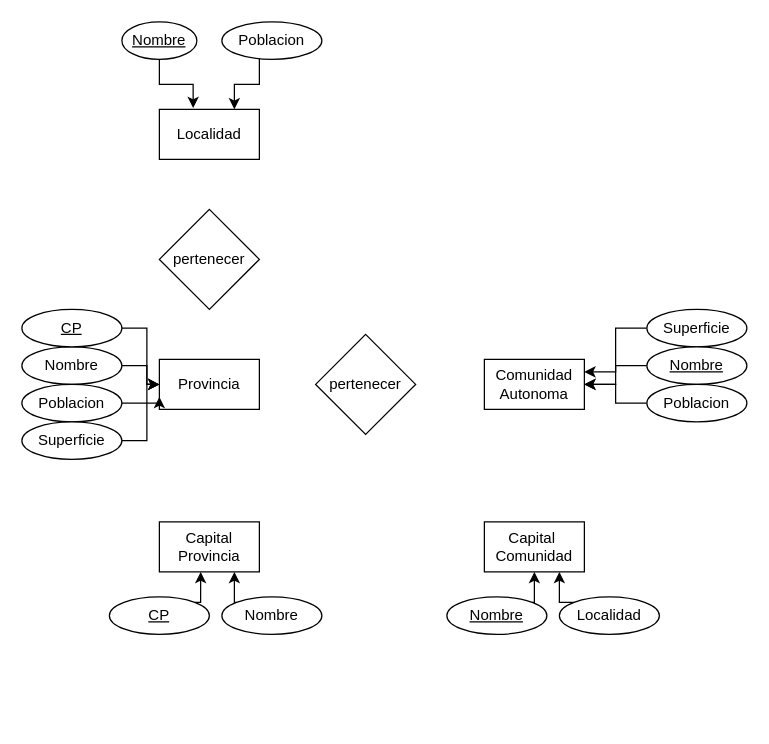
Above: ej3.drawio in adriii28/amr-tsys-C3U12-11102023 (draw.io), before the change. Source tidied: cells renumbered, new cells numbered last; positions are measured from the earlier drawing's top-left corner, leaving out a move shared by most shapes. Both pictures are drawn from the tidied source at 125%, with x=0, y=0 at pixel (21, 21).
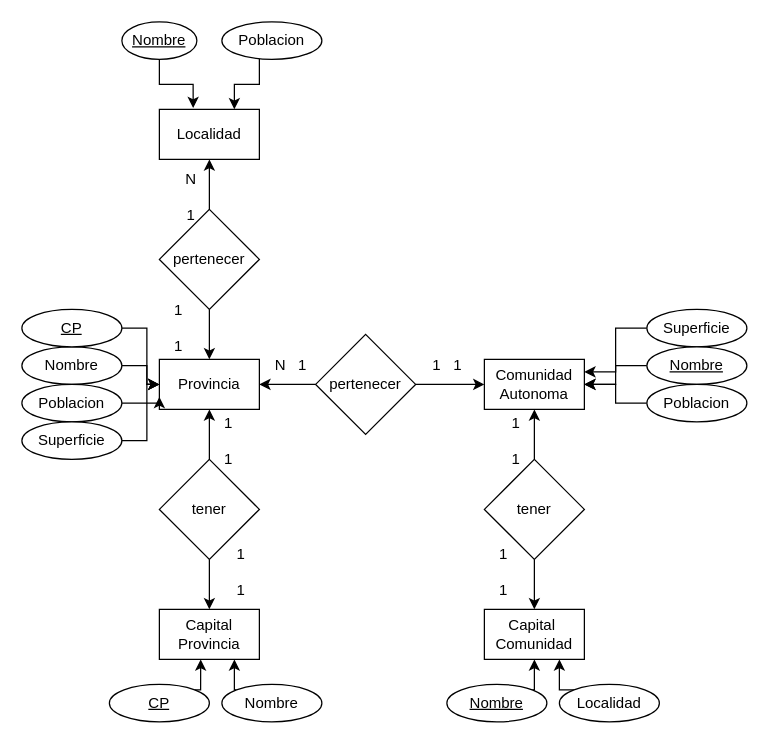
The same diagram, later.

Unchanged cells that the change refers to:
```xml
<mxCell id="2" value="Localidad" style="rounded=0;whiteSpace=wrap;html=1;" parent="1" vertex="1">
  <mxGeometry x="110" y="70" width="80" height="40" as="geometry" />
</mxCell>
<mxCell id="3" value="Provincia" style="rounded=0;whiteSpace=wrap;html=1;" parent="1" vertex="1">
  <mxGeometry x="110" y="270" width="80" height="40" as="geometry" />
</mxCell>
<mxCell id="4" value="Comunidad Autonoma" style="rounded=0;whiteSpace=wrap;html=1;" parent="1" vertex="1">
  <mxGeometry x="370" y="270" width="80" height="40" as="geometry" />
</mxCell>
<mxCell id="7" value="pertenecer" style="rhombus;whiteSpace=wrap;html=1;" parent="1" vertex="1">
  <mxGeometry x="110" y="150" width="80" height="80" as="geometry" />
</mxCell>
<mxCell id="8" value="pertenecer" style="rhombus;whiteSpace=wrap;html=1;" parent="1" vertex="1">
  <mxGeometry x="235" y="250" width="80" height="80" as="geometry" />
</mxCell>
```

Diff of the diagram source:
```diff
@@
     <mxCell id="5" value="Capital Provincia" style="rounded=0;whiteSpace=wrap;html=1;" parent="1" vertex="1">
-      <mxGeometry x="110" y="400" width="80" height="40" as="geometry" />
+      <mxGeometry x="110" y="470" width="80" height="40" as="geometry" />
     </mxCell>
     <mxCell id="6" value="&lt;div&gt;Capital&amp;nbsp;&lt;/div&gt;&lt;div&gt;Comunidad&lt;/div&gt;" style="rounded=0;whiteSpace=wrap;html=1;" parent="1" vertex="1">
-      <mxGeometry x="370" y="400" width="80" height="40" as="geometry" />
+      <mxGeometry x="370" y="470" width="80" height="40" as="geometry" />
     </mxCell>
+    <mxCell id="35" style="edgeStyle=orthogonalEdgeStyle;rounded=0;jettySize=auto;html=1;" parent="1" edge="1" source="7" target="3">
+      <mxGeometry relative="1" as="geometry" />
+    </mxCell>
+    <mxCell id="36" style="edgeStyle=orthogonalEdgeStyle;rounded=0;jettySize=auto;html=1;entryX=0.5;entryY=1;entryDx=0;entryDy=0;" parent="1" edge="1" source="7" target="2">
+      <mxGeometry relative="1" as="geometry" />
+    </mxCell>
@@
+    <mxCell id="37" style="edgeStyle=orthogonalEdgeStyle;rounded=0;jettySize=auto;html=1;" parent="1" edge="1" source="8" target="3">
+      <mxGeometry relative="1" as="geometry" />
+    </mxCell>
+    <mxCell id="38" style="edgeStyle=orthogonalEdgeStyle;rounded=0;jettySize=auto;html=1;entryX=0;entryY=0.5;entryDx=0;entryDy=0;" parent="1" edge="1" source="8" target="4">
+      <mxGeometry relative="1" as="geometry" />
+    </mxCell>
@@
     <mxCell id="28" value="Nombre" style="ellipse;whiteSpace=wrap;html=1;" parent="1" vertex="1">
-      <mxGeometry x="160" y="460" width="80" height="30" as="geometry" />
+      <mxGeometry x="160" y="530" width="80" height="30" as="geometry" />
     </mxCell>
     <mxCell id="29" value="CP" style="ellipse;whiteSpace=wrap;html=1;fontStyle=4;" parent="1" vertex="1">
-      <mxGeometry x="70" y="460" width="80" height="30" as="geometry" />
+      <mxGeometry x="70" y="530" width="80" height="30" as="geometry" />
     </mxCell>
@@
     <mxCell id="32" value="Nombre" style="ellipse;whiteSpace=wrap;html=1;fontStyle=4;" parent="1" vertex="1">
-      <mxGeometry x="340" y="460" width="80" height="30" as="geometry" />
+      <mxGeometry x="340" y="530" width="80" height="30" as="geometry" />
     </mxCell>
@@
     <mxCell id="34" value="Localidad" style="ellipse;whiteSpace=wrap;html=1;" parent="1" vertex="1">
-      <mxGeometry x="430" y="460" width="80" height="30" as="geometry" />
+      <mxGeometry x="430" y="530" width="80" height="30" as="geometry" />
     </mxCell>
+    <mxCell id="39" style="edgeStyle=orthogonalEdgeStyle;rounded=0;jettySize=auto;html=1;entryX=0.5;entryY=0;entryDx=0;entryDy=0;" parent="1" edge="1" source="41" target="5">
+      <mxGeometry relative="1" as="geometry" />
+    </mxCell>
+    <mxCell id="40" style="edgeStyle=orthogonalEdgeStyle;rounded=0;jettySize=auto;html=1;entryX=0.5;entryY=1;entryDx=0;entryDy=0;" parent="1" edge="1" source="41" target="3">
+      <mxGeometry relative="1" as="geometry" />
+    </mxCell>
+    <mxCell id="41" value="tener" style="rhombus;whiteSpace=wrap;html=1;" parent="1" vertex="1">
+      <mxGeometry x="110" y="350" width="80" height="80" as="geometry" />
+    </mxCell>
+    <mxCell id="42" style="edgeStyle=orthogonalEdgeStyle;rounded=0;jettySize=auto;html=1;entryX=0.5;entryY=1;entryDx=0;entryDy=0;" parent="1" edge="1" source="44" target="4">
+      <mxGeometry relative="1" as="geometry" />
+    </mxCell>
+    <mxCell id="43" style="edgeStyle=orthogonalEdgeStyle;rounded=0;jettySize=auto;html=1;entryX=0.5;entryY=0;entryDx=0;entryDy=0;" parent="1" edge="1" source="44" target="6">
+      <mxGeometry relative="1" as="geometry" />
+    </mxCell>
+    <mxCell id="44" value="tener" style="rhombus;whiteSpace=wrap;html=1;" parent="1" vertex="1">
+      <mxGeometry x="370" y="350" width="80" height="80" as="geometry" />
+    </mxCell>
+    <mxCell id="45" value="N&amp;nbsp;&amp;nbsp; 1" style="text;html=1;align=center;verticalAlign=middle;strokeColor=none;fillColor=none;" parent="1" vertex="1">
+      <mxGeometry x="190" y="260" width="50" height="30" as="geometry" />
+    </mxCell>
+    <mxCell id="46" value="1&amp;nbsp;&amp;nbsp; 1" style="text;html=1;align=center;verticalAlign=middle;strokeColor=none;fillColor=none;" parent="1" vertex="1">
+      <mxGeometry x="315" y="260" width="50" height="30" as="geometry" />
+    </mxCell>
+    <mxCell id="47" value="&lt;div&gt;1&lt;/div&gt;&lt;div&gt;&lt;br&gt;&lt;/div&gt;&lt;div&gt;1&lt;/div&gt;" style="text;html=1;align=center;verticalAlign=middle;strokeColor=none;fillColor=none;" parent="1" vertex="1">
+      <mxGeometry x="150" y="305" width="30" height="60" as="geometry" />
+    </mxCell>
+    <mxCell id="48" value="&lt;div&gt;1&lt;/div&gt;&lt;div&gt;&lt;br&gt;&lt;/div&gt;&lt;div&gt;1&lt;/div&gt;" style="text;html=1;align=center;verticalAlign=middle;strokeColor=none;fillColor=none;" parent="1" vertex="1">
+      <mxGeometry x="160" y="410" width="30" height="60" as="geometry" />
+    </mxCell>
+    <mxCell id="49" value="&lt;div&gt;1&lt;/div&gt;&lt;div&gt;&lt;br&gt;&lt;/div&gt;&lt;div&gt;1&lt;/div&gt;" style="text;html=1;align=center;verticalAlign=middle;strokeColor=none;fillColor=none;" parent="1" vertex="1">
+      <mxGeometry x="380" y="305" width="30" height="60" as="geometry" />
+    </mxCell>
+    <mxCell id="50" value="&lt;div&gt;1&lt;/div&gt;&lt;div&gt;&lt;br&gt;&lt;/div&gt;&lt;div&gt;1&lt;/div&gt;" style="text;html=1;align=center;verticalAlign=middle;strokeColor=none;fillColor=none;" parent="1" vertex="1">
+      <mxGeometry x="370" y="410" width="30" height="60" as="geometry" />
+    </mxCell>
+    <mxCell id="51" value="&lt;div&gt;N&lt;br&gt;&lt;/div&gt;&lt;div&gt;&lt;br&gt;&lt;/div&gt;&lt;div&gt;1&lt;/div&gt;" style="text;html=1;align=center;verticalAlign=middle;strokeColor=none;fillColor=none;" parent="1" vertex="1">
+      <mxGeometry x="120" y="110" width="30" height="60" as="geometry" />
+    </mxCell>
+    <mxCell id="52" value="&lt;div&gt;1&lt;/div&gt;&lt;div&gt;&lt;br&gt;&lt;/div&gt;&lt;div&gt;1&lt;br&gt;&lt;/div&gt;" style="text;html=1;align=center;verticalAlign=middle;strokeColor=none;fillColor=none;" parent="1" vertex="1">
+      <mxGeometry x="110" y="215" width="30" height="60" as="geometry" />
+    </mxCell>
```
